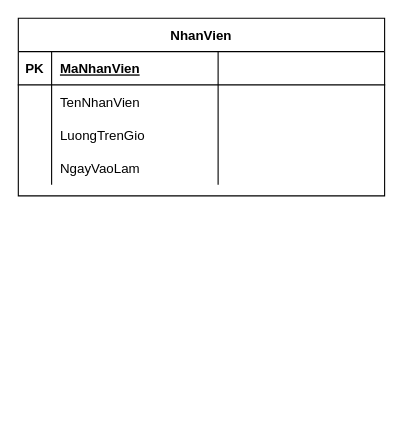
Before: Chinh Chien Drawio/Sơ đồ Cơ sở dữ liệu/NhanVien.drawio in Chinh-Chien-Software/Chinh-Chien-Database-Diagram, a draw.io diagram. Source tidied: cells renumbered, new cells numbered last; positions are measured from the earlier drawing's top-left corner, leaving out a move shared by most shapes. Both pictures are drawn from the tidied source at 111%, with x=0, y=0 at pixel (18, 18).
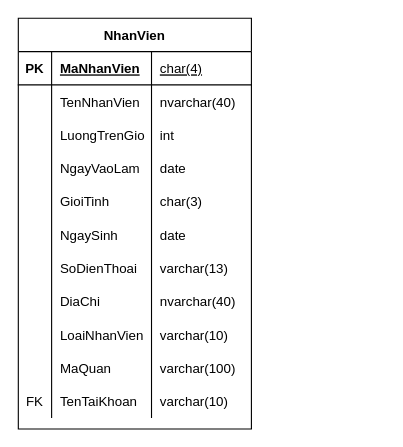
After the change.

Commit message (it also covers changes not shown here):
Tạo các drawio cho Sơ đồ CSDL

Change to the diagram source:
```diff
@@
     <mxCell id="2" value="NhanVien" style="shape=table;startSize=30;childLayout=tableLayout;rowLines=0;fontStyle=1;align=center;columnLines=1;" parent="1" vertex="1">
-      <mxGeometry width="330" height="160" as="geometry" />
+      <mxGeometry width="210" height="370" as="geometry" />
     </mxCell>
     <mxCell id="3" style="shape=tableRow;horizontal=0;startSize=0;swimlaneHead=0;swimlaneBody=0;fillColor=none;top=0;left=0;right=0;bottom=1;" parent="2" vertex="1">
-      <mxGeometry y="30" width="330" height="30" as="geometry" />
+      <mxGeometry y="30" width="210" height="30" as="geometry" />
     </mxCell>
@@
     <mxCell id="5" value="MaNhanVien" style="shape=partialRectangle;fillColor=none;top=0;left=0;bottom=0;right=0;align=left;spacingLeft=6;fontStyle=5;overflow=hidden;" parent="3" vertex="1">
-      <mxGeometry x="30" width="150" height="30" as="geometry" />
+      <mxGeometry x="30" width="90" height="30" as="geometry" />
     </mxCell>
-    <mxCell id="6" style="shape=partialRectangle;fillColor=none;top=0;left=0;bottom=0;right=0;align=left;spacingLeft=6;fontStyle=5;overflow=hidden;" parent="3" vertex="1">
-      <mxGeometry x="180" width="150" height="30" as="geometry" />
+    <mxCell id="6" value="char(4)" style="shape=partialRectangle;fillColor=none;top=0;left=0;bottom=0;right=0;align=left;spacingLeft=6;fontStyle=4;overflow=hidden;" parent="3" vertex="1">
+      <mxGeometry x="120" width="90" height="30" as="geometry" />
     </mxCell>
     <mxCell id="7" style="shape=tableRow;horizontal=0;startSize=0;swimlaneHead=0;swimlaneBody=0;fillColor=none;top=0;left=0;right=0;bottom=0;" parent="2" vertex="1">
-      <mxGeometry y="60" width="330" height="30" as="geometry" />
+      <mxGeometry y="60" width="210" height="30" as="geometry" />
     </mxCell>
@@
     <mxCell id="9" value="TenNhanVien" style="shape=partialRectangle;fillColor=none;top=0;left=0;bottom=0;right=0;align=left;spacingLeft=6;overflow=hidden;" parent="7" vertex="1">
-      <mxGeometry x="30" width="150" height="30" as="geometry" />
+      <mxGeometry x="30" width="90" height="30" as="geometry" />
     </mxCell>
-    <mxCell id="10" style="shape=partialRectangle;fillColor=none;top=0;left=0;bottom=0;right=0;align=left;spacingLeft=6;overflow=hidden;" parent="7" vertex="1">
-      <mxGeometry x="180" width="150" height="30" as="geometry" />
+    <mxCell id="10" value="nvarchar(40)" style="shape=partialRectangle;fillColor=none;top=0;left=0;bottom=0;right=0;align=left;spacingLeft=6;overflow=hidden;" parent="7" vertex="1">
+      <mxGeometry x="120" width="90" height="30" as="geometry" />
     </mxCell>
     <mxCell id="11" style="shape=tableRow;horizontal=0;startSize=0;swimlaneHead=0;swimlaneBody=0;fillColor=none;top=0;left=0;right=0;bottom=0;" parent="2" vertex="1">
-      <mxGeometry y="90" width="330" height="30" as="geometry" />
+      <mxGeometry y="90" width="210" height="30" as="geometry" />
     </mxCell>
@@
     <mxCell id="13" value="LuongTrenGio" style="shape=partialRectangle;fillColor=none;top=0;left=0;bottom=0;right=0;align=left;spacingLeft=6;overflow=hidden;" parent="11" vertex="1">
-      <mxGeometry x="30" width="150" height="30" as="geometry" />
+      <mxGeometry x="30" width="90" height="30" as="geometry" />
     </mxCell>
-    <mxCell id="14" style="shape=partialRectangle;fillColor=none;top=0;left=0;bottom=0;right=0;align=left;spacingLeft=6;overflow=hidden;" parent="11" vertex="1">
-      <mxGeometry x="180" width="150" height="30" as="geometry" />
+    <mxCell id="14" value="int" style="shape=partialRectangle;fillColor=none;top=0;left=0;bottom=0;right=0;align=left;spacingLeft=6;overflow=hidden;" parent="11" vertex="1">
+      <mxGeometry x="120" width="90" height="30" as="geometry" />
     </mxCell>
     <mxCell id="15" style="shape=tableRow;horizontal=0;startSize=0;swimlaneHead=0;swimlaneBody=0;fillColor=none;top=0;left=0;right=0;bottom=0;" parent="2" vertex="1">
-      <mxGeometry y="120" width="330" height="30" as="geometry" />
+      <mxGeometry y="120" width="210" height="30" as="geometry" />
     </mxCell>
@@
     <mxCell id="17" value="NgayVaoLam" style="shape=partialRectangle;fillColor=none;top=0;left=0;bottom=0;right=0;align=left;spacingLeft=6;overflow=hidden;" parent="15" vertex="1">
-      <mxGeometry x="30" width="150" height="30" as="geometry" />
+      <mxGeometry x="30" width="90" height="30" as="geometry" />
     </mxCell>
-    <mxCell id="18" style="shape=partialRectangle;fillColor=none;top=0;left=0;bottom=0;right=0;align=left;spacingLeft=6;overflow=hidden;" parent="15" vertex="1">
-      <mxGeometry x="180" width="150" height="30" as="geometry" />
+    <mxCell id="18" value="date" style="shape=partialRectangle;fillColor=none;top=0;left=0;bottom=0;right=0;align=left;spacingLeft=6;overflow=hidden;" parent="15" vertex="1">
+      <mxGeometry x="120" width="90" height="30" as="geometry" />
     </mxCell>
+    <mxCell id="19" style="shape=tableRow;horizontal=0;startSize=0;swimlaneHead=0;swimlaneBody=0;fillColor=none;top=0;left=0;right=0;bottom=0;" parent="2" vertex="1">
+      <mxGeometry y="150" width="210" height="30" as="geometry" />
+    </mxCell>
+    <mxCell id="20" style="shape=partialRectangle;fillColor=none;top=0;left=0;bottom=0;right=0;overflow=hidden;" parent="19" vertex="1">
+      <mxGeometry width="30" height="30" as="geometry" />
+    </mxCell>
+    <mxCell id="21" value="GioiTinh" style="shape=partialRectangle;fillColor=none;top=0;left=0;bottom=0;right=0;align=left;spacingLeft=6;overflow=hidden;" parent="19" vertex="1">
+      <mxGeometry x="30" width="90" height="30" as="geometry" />
+    </mxCell>
+    <mxCell id="22" value="char(3)" style="shape=partialRectangle;fillColor=none;top=0;left=0;bottom=0;right=0;align=left;spacingLeft=6;overflow=hidden;" parent="19" vertex="1">
+      <mxGeometry x="120" width="90" height="30" as="geometry" />
+    </mxCell>
+    <mxCell id="23" style="shape=tableRow;horizontal=0;startSize=0;swimlaneHead=0;swimlaneBody=0;fillColor=none;top=0;left=0;right=0;bottom=0;" parent="2" vertex="1">
+      <mxGeometry y="180" width="210" height="30" as="geometry" />
+    </mxCell>
+    <mxCell id="24" style="shape=partialRectangle;fillColor=none;top=0;left=0;bottom=0;right=0;overflow=hidden;" parent="23" vertex="1">
+      <mxGeometry width="30" height="30" as="geometry" />
+    </mxCell>
+    <mxCell id="25" value="NgaySinh" style="shape=partialRectangle;fillColor=none;top=0;left=0;bottom=0;right=0;align=left;spacingLeft=6;overflow=hidden;" parent="23" vertex="1">
+      <mxGeometry x="30" width="90" height="30" as="geometry" />
+    </mxCell>
+    <mxCell id="26" value="date" style="shape=partialRectangle;fillColor=none;top=0;left=0;bottom=0;right=0;align=left;spacingLeft=6;overflow=hidden;" parent="23" vertex="1">
+      <mxGeometry x="120" width="90" height="30" as="geometry" />
+    </mxCell>
+    <mxCell id="27" style="shape=tableRow;horizontal=0;startSize=0;swimlaneHead=0;swimlaneBody=0;fillColor=none;top=0;left=0;right=0;bottom=0;" parent="2" vertex="1">
+      <mxGeometry y="210" width="210" height="30" as="geometry" />
+    </mxCell>
+    <mxCell id="28" style="shape=partialRectangle;fillColor=none;top=0;left=0;bottom=0;right=0;overflow=hidden;" parent="27" vertex="1">
+      <mxGeometry width="30" height="30" as="geometry" />
+    </mxCell>
+    <mxCell id="29" value="SoDienThoai" style="shape=partialRectangle;fillColor=none;top=0;left=0;bottom=0;right=0;align=left;spacingLeft=6;overflow=hidden;" parent="27" vertex="1">
+      <mxGeometry x="30" width="90" height="30" as="geometry" />
+    </mxCell>
+    <mxCell id="30" value="varchar(13)" style="shape=partialRectangle;fillColor=none;top=0;left=0;bottom=0;right=0;align=left;spacingLeft=6;overflow=hidden;" parent="27" vertex="1">
+      <mxGeometry x="120" width="90" height="30" as="geometry" />
+    </mxCell>
+    <mxCell id="31" style="shape=tableRow;horizontal=0;startSize=0;swimlaneHead=0;swimlaneBody=0;fillColor=none;top=0;left=0;right=0;bottom=0;" parent="2" vertex="1">
+      <mxGeometry y="240" width="210" height="30" as="geometry" />
+    </mxCell>
+    <mxCell id="32" style="shape=partialRectangle;fillColor=none;top=0;left=0;bottom=0;right=0;overflow=hidden;" parent="31" vertex="1">
+      <mxGeometry width="30" height="30" as="geometry" />
+    </mxCell>
+    <mxCell id="33" value="DiaChi" style="shape=partialRectangle;fillColor=none;top=0;left=0;bottom=0;right=0;align=left;spacingLeft=6;overflow=hidden;" parent="31" vertex="1">
+      <mxGeometry x="30" width="90" height="30" as="geometry" />
+    </mxCell>
+    <mxCell id="34" value="nvarchar(40)" style="shape=partialRectangle;fillColor=none;top=0;left=0;bottom=0;right=0;align=left;spacingLeft=6;overflow=hidden;" parent="31" vertex="1">
+      <mxGeometry x="120" width="90" height="30" as="geometry" />
+    </mxCell>
+    <mxCell id="35" style="shape=tableRow;horizontal=0;startSize=0;swimlaneHead=0;swimlaneBody=0;fillColor=none;top=0;left=0;right=0;bottom=0;" parent="2" vertex="1">
+      <mxGeometry y="270" width="210" height="30" as="geometry" />
+    </mxCell>
+    <mxCell id="36" style="shape=partialRectangle;fillColor=none;top=0;left=0;bottom=0;right=0;overflow=hidden;" parent="35" vertex="1">
+      <mxGeometry width="30" height="30" as="geometry" />
+    </mxCell>
+    <mxCell id="37" value="LoaiNhanVien" style="shape=partialRectangle;fillColor=none;top=0;left=0;bottom=0;right=0;align=left;spacingLeft=6;overflow=hidden;" parent="35" vertex="1">
+      <mxGeometry x="30" width="90" height="30" as="geometry" />
+    </mxCell>
+    <mxCell id="38" value="varchar(10)" style="shape=partialRectangle;fillColor=none;top=0;left=0;bottom=0;right=0;align=left;spacingLeft=6;overflow=hidden;" parent="35" vertex="1">
+      <mxGeometry x="120" width="90" height="30" as="geometry" />
+    </mxCell>
+    <mxCell id="39" style="shape=tableRow;horizontal=0;startSize=0;swimlaneHead=0;swimlaneBody=0;fillColor=none;top=0;left=0;right=0;bottom=0;" parent="2" vertex="1">
+      <mxGeometry y="300" width="210" height="30" as="geometry" />
+    </mxCell>
+    <mxCell id="40" style="shape=partialRectangle;fillColor=none;top=0;left=0;bottom=0;right=0;overflow=hidden;" parent="39" vertex="1">
+      <mxGeometry width="30" height="30" as="geometry" />
+    </mxCell>
+    <mxCell id="41" value="MaQuan" style="shape=partialRectangle;fillColor=none;top=0;left=0;bottom=0;right=0;align=left;spacingLeft=6;overflow=hidden;" parent="39" vertex="1">
+      <mxGeometry x="30" width="90" height="30" as="geometry" />
+    </mxCell>
+    <mxCell id="42" value="varchar(100)" style="shape=partialRectangle;fillColor=none;top=0;left=0;bottom=0;right=0;align=left;spacingLeft=6;overflow=hidden;" parent="39" vertex="1">
+      <mxGeometry x="120" width="90" height="30" as="geometry" />
+    </mxCell>
+    <mxCell id="43" style="shape=tableRow;horizontal=0;startSize=0;swimlaneHead=0;swimlaneBody=0;fillColor=none;top=0;left=0;right=0;bottom=0;" parent="2" vertex="1">
+      <mxGeometry y="330" width="210" height="30" as="geometry" />
+    </mxCell>
+    <mxCell id="44" value="FK" style="shape=partialRectangle;fillColor=none;top=0;left=0;bottom=0;right=0;overflow=hidden;" parent="43" vertex="1">
+      <mxGeometry width="30" height="30" as="geometry" />
+    </mxCell>
+    <mxCell id="45" value="TenTaiKhoan" style="shape=partialRectangle;fillColor=none;top=0;left=0;bottom=0;right=0;align=left;spacingLeft=6;overflow=hidden;" parent="43" vertex="1">
+      <mxGeometry x="30" width="90" height="30" as="geometry" />
+    </mxCell>
+    <mxCell id="46" value="varchar(10)" style="shape=partialRectangle;fillColor=none;top=0;left=0;bottom=0;right=0;align=left;spacingLeft=6;overflow=hidden;" parent="43" vertex="1">
+      <mxGeometry x="120" width="90" height="30" as="geometry" />
+    </mxCell>
```
